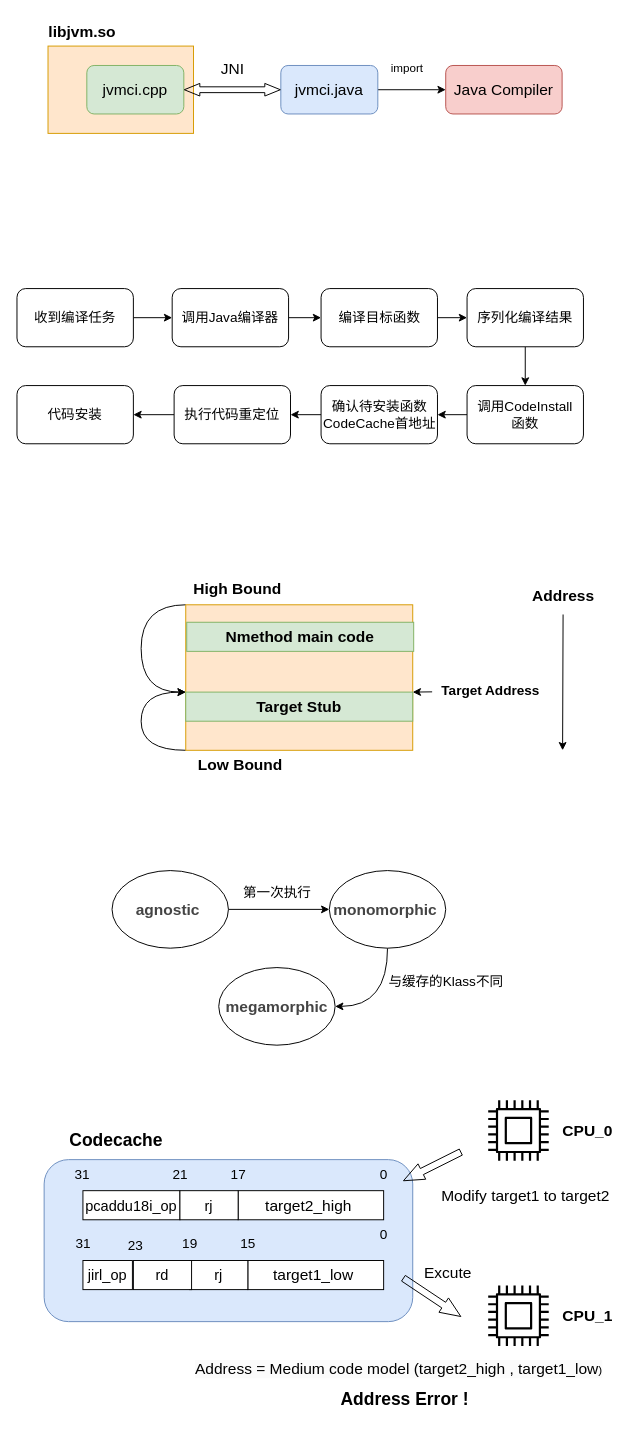
f123888/Draw.IO keeps this draw.io diagram as JVMCI.drawio. Above is the earlier version. Source tidied: cells renumbered, new cells numbered last; positions are measured from the earlier drawing's top-left corner, leaving out a move shared by most shapes. Both pictures are drawn from the tidied source at 97%, with x=0, y=0 at pixel (16, 16).
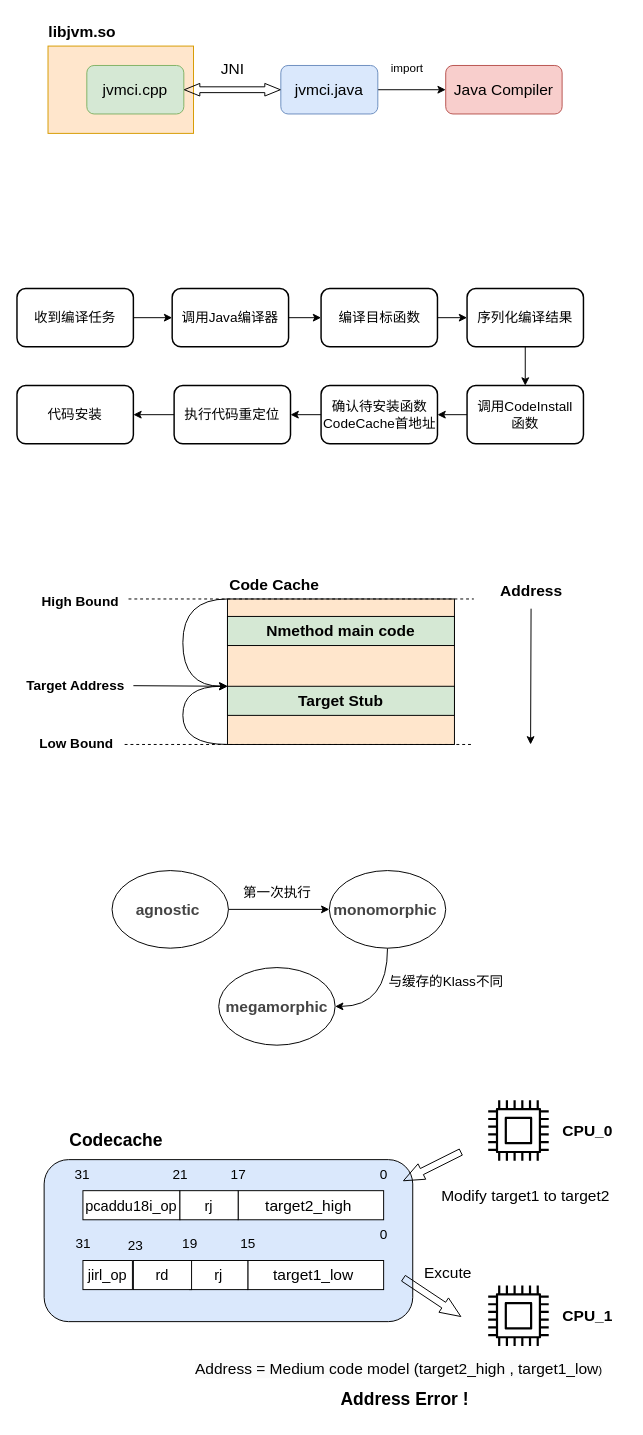
Above is the later version.

Diff of the diagram source:
```diff
@@
-    <mxCell id="2" style="rounded=1;whiteSpace=wrap;html=1;fillColor=#dae8fc;strokeColor=#6c8ebf;" parent="1" vertex="1">
+    <mxCell id="2" style="rounded=1;whiteSpace=wrap;html=1;fillColor=#dae8fc;strokeColor=default;" parent="1" vertex="1">
       <mxGeometry x="28" y="1178" width="380" height="167" as="geometry" />
     </mxCell>
@@
-    <mxCell id="13" value="&lt;font style=&quot;font-size: 14px;&quot;&gt;收到编译任务&lt;/font&gt;" style="rounded=1;whiteSpace=wrap;html=1;" parent="1" vertex="1">
+    <mxCell id="13" value="&lt;font style=&quot;font-size: 14px;&quot;&gt;收到编译任务&lt;/font&gt;" style="rounded=1;whiteSpace=wrap;html=1;strokeWidth=1.5;" parent="1" vertex="1">
       <mxGeometry y="280" width="120" height="60" as="geometry" />
     </mxCell>
@@
-    <mxCell id="15" value="&lt;font style=&quot;font-size: 14px;&quot;&gt;调用Java编译器&lt;/font&gt;" style="rounded=1;whiteSpace=wrap;html=1;" parent="1" vertex="1">
+    <mxCell id="15" value="&lt;font style=&quot;font-size: 14px;&quot;&gt;调用Java编译器&lt;/font&gt;" style="rounded=1;whiteSpace=wrap;html=1;strokeWidth=1.5;" parent="1" vertex="1">
       <mxGeometry x="160" y="280" width="120" height="60" as="geometry" />
     </mxCell>
@@
-    <mxCell id="17" value="&lt;span style=&quot;font-size: 14px;&quot;&gt;序列化编译结果&lt;/span&gt;" style="rounded=1;whiteSpace=wrap;html=1;" parent="1" vertex="1">
+    <mxCell id="17" value="&lt;span style=&quot;font-size: 14px;&quot;&gt;序列化编译结果&lt;/span&gt;" style="rounded=1;whiteSpace=wrap;html=1;strokeWidth=1.5;" parent="1" vertex="1">
       <mxGeometry x="464" y="280" width="120" height="60" as="geometry" />
     </mxCell>
@@
-    <mxCell id="19" value="&lt;span style=&quot;font-size: 14px;&quot;&gt;确认待安装函数CodeCache首地址&lt;/span&gt;" style="rounded=1;whiteSpace=wrap;html=1;" parent="1" vertex="1">
+    <mxCell id="19" value="&lt;span style=&quot;font-size: 14px;&quot;&gt;确认待安装函数CodeCache首地址&lt;/span&gt;" style="rounded=1;whiteSpace=wrap;html=1;strokeWidth=1.5;" parent="1" vertex="1">
       <mxGeometry x="313.5" y="380" width="120" height="60" as="geometry" />
     </mxCell>
@@
-    <mxCell id="21" value="&lt;span style=&quot;font-size: 14px;&quot;&gt;执行代码重定位&lt;/span&gt;" style="rounded=1;whiteSpace=wrap;html=1;" parent="1" vertex="1">
+    <mxCell id="21" value="&lt;span style=&quot;font-size: 14px;&quot;&gt;执行代码重定位&lt;/span&gt;" style="rounded=1;whiteSpace=wrap;html=1;strokeWidth=1.5;" parent="1" vertex="1">
       <mxGeometry x="162" y="380" width="120" height="60" as="geometry" />
     </mxCell>
-    <mxCell id="22" value="&lt;span style=&quot;font-size: 14px;&quot;&gt;代码安装&lt;/span&gt;" style="rounded=1;whiteSpace=wrap;html=1;" parent="1" vertex="1">
+    <mxCell id="22" value="&lt;span style=&quot;font-size: 14px;&quot;&gt;代码安装&lt;/span&gt;" style="rounded=1;whiteSpace=wrap;html=1;strokeWidth=1.5;" parent="1" vertex="1">
       <mxGeometry y="380" width="120" height="60" as="geometry" />
     </mxCell>
@@
-    <mxCell id="24" value="&lt;span style=&quot;font-size: 14px;&quot;&gt;编译目标函数&lt;/span&gt;" style="rounded=1;whiteSpace=wrap;html=1;" parent="1" vertex="1">
+    <mxCell id="24" value="&lt;span style=&quot;font-size: 14px;&quot;&gt;编译目标函数&lt;/span&gt;" style="rounded=1;whiteSpace=wrap;html=1;strokeWidth=1.5;" parent="1" vertex="1">
       <mxGeometry x="313.5" y="280" width="120" height="60" as="geometry" />
     </mxCell>
@@
-    <mxCell id="26" value="&lt;span style=&quot;font-size: 14px;&quot;&gt;调用CodeInstall&lt;/span&gt;&lt;div&gt;&lt;span style=&quot;font-size: 14px;&quot;&gt;函数&lt;/span&gt;&lt;/div&gt;" style="rounded=1;whiteSpace=wrap;html=1;" parent="1" vertex="1">
+    <mxCell id="26" value="&lt;span style=&quot;font-size: 14px;&quot;&gt;调用CodeInstall&lt;/span&gt;&lt;div&gt;&lt;span style=&quot;font-size: 14px;&quot;&gt;函数&lt;/span&gt;&lt;/div&gt;" style="rounded=1;whiteSpace=wrap;html=1;strokeWidth=1.5;" parent="1" vertex="1">
       <mxGeometry x="464" y="380" width="120" height="60" as="geometry" />
     </mxCell>
     <mxCell id="27" style="edgeStyle=orthogonalEdgeStyle;rounded=0;jettySize=auto;html=1;exitX=0;exitY=0;exitDx=0;exitDy=0;entryX=0;entryY=0;entryDx=0;entryDy=0;curved=1;" parent="1" edge="1" source="29" target="30">
       <mxGeometry relative="1" as="geometry">
         <Array as="points">
-          <mxPoint x="128" y="606" />
-          <mxPoint x="128" y="696" />
+          <mxPoint x="171" y="600" />
+          <mxPoint x="171" y="690" />
         </Array>
       </mxGeometry>
     </mxCell>
     <mxCell id="28" style="edgeStyle=orthogonalEdgeStyle;rounded=0;jettySize=auto;html=1;exitX=0;exitY=1;exitDx=0;exitDy=0;entryX=0;entryY=0;entryDx=0;entryDy=0;curved=1;" parent="1" edge="1" source="29" target="30">
       <mxGeometry relative="1" as="geometry">
         <Array as="points">
-          <mxPoint x="128" y="756" />
-          <mxPoint x="128" y="696" />
+          <mxPoint x="171" y="750" />
+          <mxPoint x="171" y="690" />
         </Array>
       </mxGeometry>
     </mxCell>
-    <mxCell id="29" style="rounded=0;whiteSpace=wrap;html=1;fillColor=#ffe6cc;strokeColor=#d79b00;" parent="1" vertex="1">
-      <mxGeometry x="174" y="606" width="234" height="150" as="geometry" />
+    <mxCell id="29" style="rounded=0;whiteSpace=wrap;html=1;fillColor=#ffe6cc;strokeColor=default;" parent="1" vertex="1">
+      <mxGeometry x="217" y="600" width="234" height="150" as="geometry" />
     </mxCell>
-    <mxCell id="30" value="&lt;font style=&quot;font-size: 16px;&quot;&gt;&lt;b&gt;Target Stub&lt;/b&gt;&lt;/font&gt;" style="rounded=0;whiteSpace=wrap;html=1;fillColor=#d5e8d4;strokeColor=#82b366;" parent="1" vertex="1">
-      <mxGeometry x="174" y="696" width="234" height="30" as="geometry" />
+    <mxCell id="30" value="&lt;font style=&quot;font-size: 16px;&quot;&gt;&lt;b&gt;Target Stub&lt;/b&gt;&lt;/font&gt;" style="rounded=0;whiteSpace=wrap;html=1;fillColor=#d5e8d4;strokeColor=default;" parent="1" vertex="1">
+      <mxGeometry x="217" y="690" width="234" height="30" as="geometry" />
     </mxCell>
     <mxCell id="31" style="endArrow=classic;html=1;rounded=0;" parent="1" edge="1">
       <mxGeometry relative="1" as="geometry">
-        <mxPoint x="563" y="616" as="sourcePoint" />
-        <mxPoint x="562.5" y="756" as="targetPoint" />
+        <mxPoint x="530" y="610" as="sourcePoint" />
+        <mxPoint x="529.5" y="750" as="targetPoint" />
       </mxGeometry>
     </mxCell>
-    <mxCell id="32" value="&lt;font style=&quot;font-size: 16px;&quot;&gt;&lt;b style=&quot;&quot;&gt;High Bound&lt;/b&gt;&lt;/font&gt;" style="text;html=1;align=center;verticalAlign=middle;strokeColor=none;fillColor=none;" parent="1" vertex="1">
-      <mxGeometry x="172" y="574" width="110" height="30" as="geometry" />
+    <mxCell id="32" value="&lt;font style=&quot;font-size: 14px;&quot;&gt;&lt;b style=&quot;&quot;&gt;High Bound&lt;/b&gt;&lt;/font&gt;" style="text;html=1;align=center;verticalAlign=middle;strokeColor=none;fillColor=none;" parent="1" vertex="1">
+      <mxGeometry x="15" y="588" width="100" height="30" as="geometry" />
     </mxCell>
-    <mxCell id="33" value="&lt;font style=&quot;font-size: 16px;&quot;&gt;&lt;b&gt;Low Bound&lt;/b&gt;&lt;/font&gt;" style="text;html=1;align=center;verticalAlign=middle;strokeColor=none;fillColor=none;" parent="1" vertex="1">
-      <mxGeometry x="175" y="756" width="110" height="30" as="geometry" />
+    <mxCell id="33" value="&lt;font style=&quot;font-size: 14px;&quot;&gt;&lt;b style=&quot;&quot;&gt;Low Bound&lt;/b&gt;&lt;/font&gt;" style="text;html=1;align=center;verticalAlign=middle;strokeColor=none;fillColor=none;" parent="1" vertex="1">
+      <mxGeometry x="11" y="734" width="100" height="30" as="geometry" />
     </mxCell>
     <mxCell id="34" value="&lt;font style=&quot;font-size: 16px;&quot;&gt;&lt;b&gt;Address&lt;/b&gt;&lt;/font&gt;" style="text;html=1;align=center;verticalAlign=middle;strokeColor=none;fillColor=none;" parent="1" vertex="1">
-      <mxGeometry x="518" y="582" width="90" height="30" as="geometry" />
+      <mxGeometry x="485" y="576" width="90" height="30" as="geometry" />
     </mxCell>
     <mxCell id="35" value="&lt;font style=&quot;font-size: 14px;&quot;&gt;&lt;b style=&quot;&quot;&gt;Target Address&lt;/b&gt;&lt;/font&gt;" style="text;html=1;align=center;verticalAlign=middle;points=[];strokeColor=none;fillColor=none;" parent="1" vertex="1">
-      <mxGeometry x="428" y="680" width="120" height="30" as="geometry" />
+      <mxGeometry y="674" width="120" height="30" as="geometry" />
     </mxCell>
-    <mxCell id="36" value="&lt;font style=&quot;font-size: 16px;&quot;&gt;&lt;b&gt;Nmethod main code&lt;/b&gt;&lt;/font&gt;" style="rounded=0;whiteSpace=wrap;html=1;fillColor=#d5e8d4;strokeColor=#82b366;" parent="1" vertex="1">
-      <mxGeometry x="175" y="624" width="234" height="30" as="geometry" />
+    <mxCell id="36" value="&lt;font style=&quot;font-size: 16px;&quot;&gt;&lt;b&gt;Nmethod main code&lt;/b&gt;&lt;/font&gt;" style="rounded=0;whiteSpace=wrap;html=1;fillColor=#d5e8d4;strokeColor=default;" parent="1" vertex="1">
+      <mxGeometry x="217" y="618" width="234" height="30" as="geometry" />
     </mxCell>
-    <mxCell id="37" style="endArrow=classic;html=1;rounded=0;entryX=1;entryY=0;entryDx=0;entryDy=0;" parent="1" edge="1" source="35" target="30">
+    <mxCell id="37" style="endArrow=classic;html=1;rounded=0;entryX=0;entryY=0;entryDx=0;entryDy=0;" parent="1" edge="1" source="35" target="30">
       <mxGeometry relative="1" as="geometry" />
     </mxCell>
@@
+    <mxCell id="72" style="endArrow=none;dashed=1;html=1;rounded=0;" parent="1" edge="1">
+      <mxGeometry relative="1" as="geometry">
+        <mxPoint x="111" y="750" as="sourcePoint" />
+        <mxPoint x="471" y="750" as="targetPoint" />
+      </mxGeometry>
+    </mxCell>
+    <mxCell id="73" style="endArrow=none;dashed=1;html=1;rounded=0;" parent="1" edge="1">
+      <mxGeometry relative="1" as="geometry">
+        <mxPoint x="115" y="600" as="sourcePoint" />
+        <mxPoint x="471" y="600" as="targetPoint" />
+      </mxGeometry>
+    </mxCell>
+    <mxCell id="74" value="&lt;font style=&quot;font-size: 16px;&quot;&gt;&lt;b style=&quot;&quot;&gt;Code Cache&lt;/b&gt;&lt;/font&gt;" style="text;html=1;align=center;verticalAlign=middle;strokeColor=none;fillColor=none;" parent="1" vertex="1">
+      <mxGeometry x="205" y="570" width="120" height="30" as="geometry" />
+    </mxCell>
```
